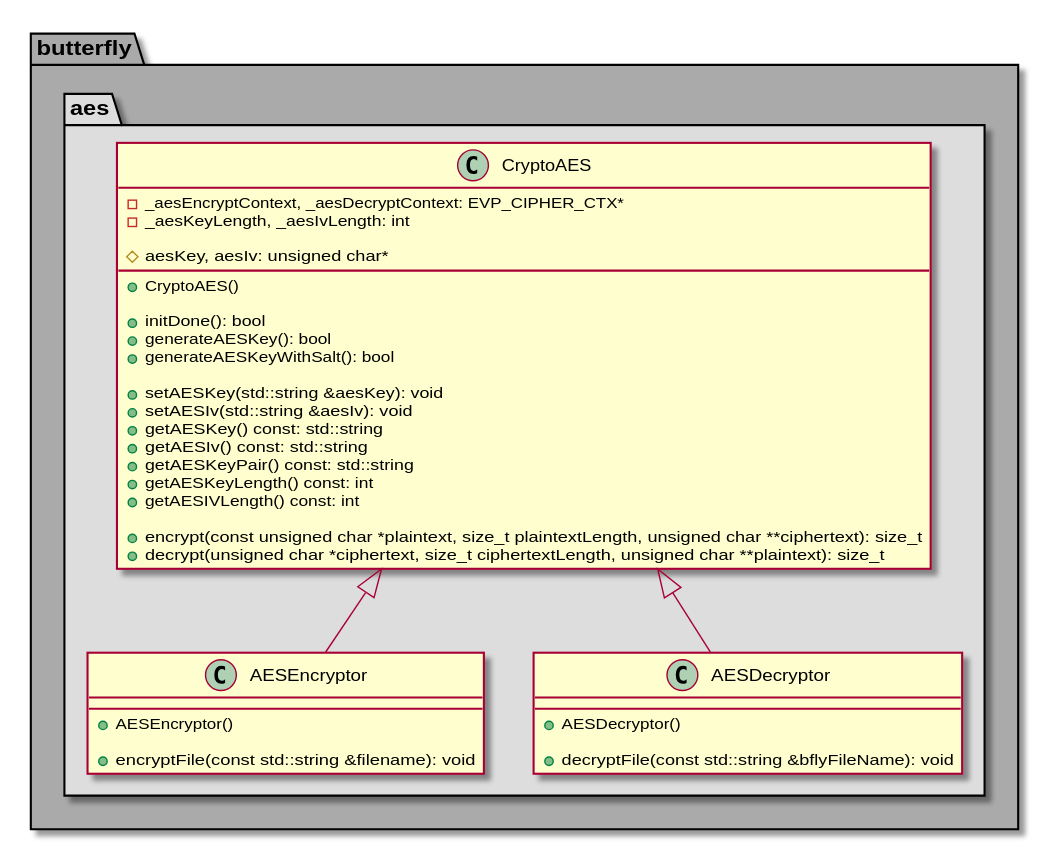
The PlantUML diagram architecture/class_diagrams/crypto/aes.svg in bierschi/butterfly, before a commit.
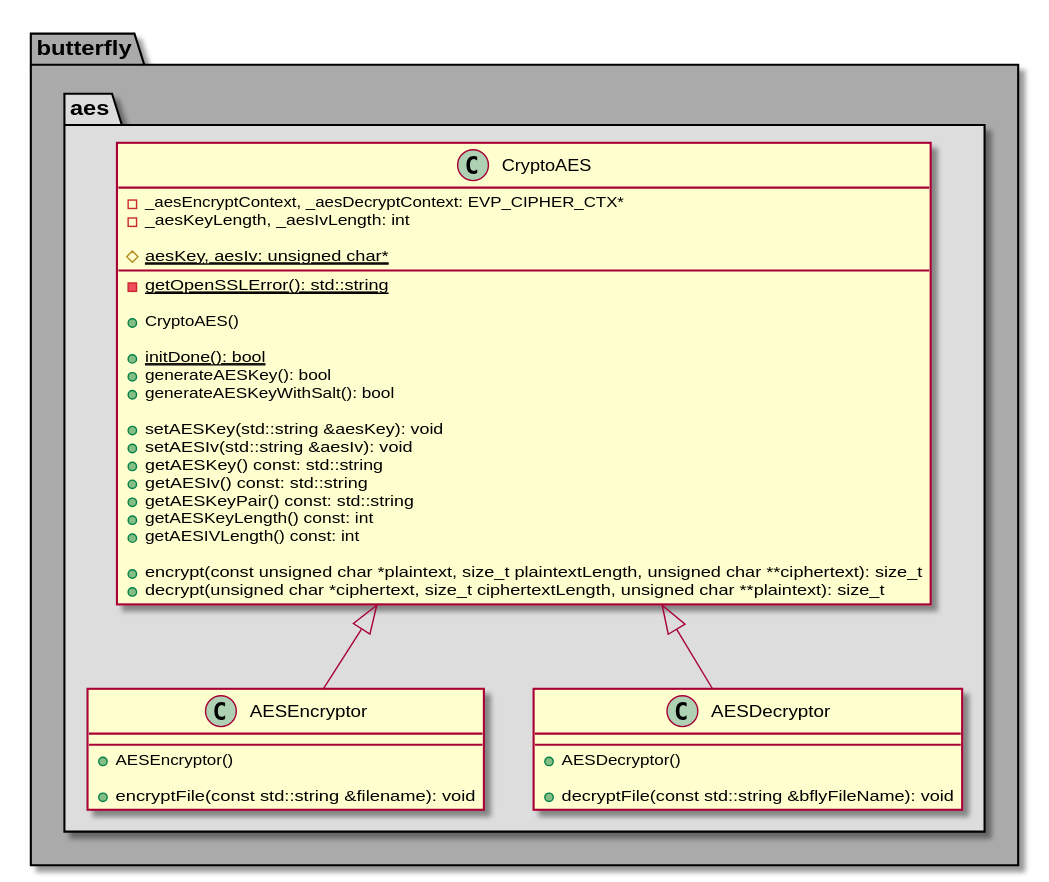
Later version of the same file.

What changed in the source:
```diff
@@ -11,11 +11,13 @@
     - _aesEncryptContext, _aesDecryptContext: EVP_CIPHER_CTX*
     - _aesKeyLength, _aesIvLength: int
 
-    # aesKey, aesIv: unsigned char*
+    # {static} aesKey, aesIv: unsigned char*
+
+    - {static} getOpenSSLError(): std::string
 
     + CryptoAES()
 
-    + initDone(): bool
+    + {static} initDone(): bool
     + generateAESKey(): bool
     + generateAESKeyWithSalt(): bool
 
```
